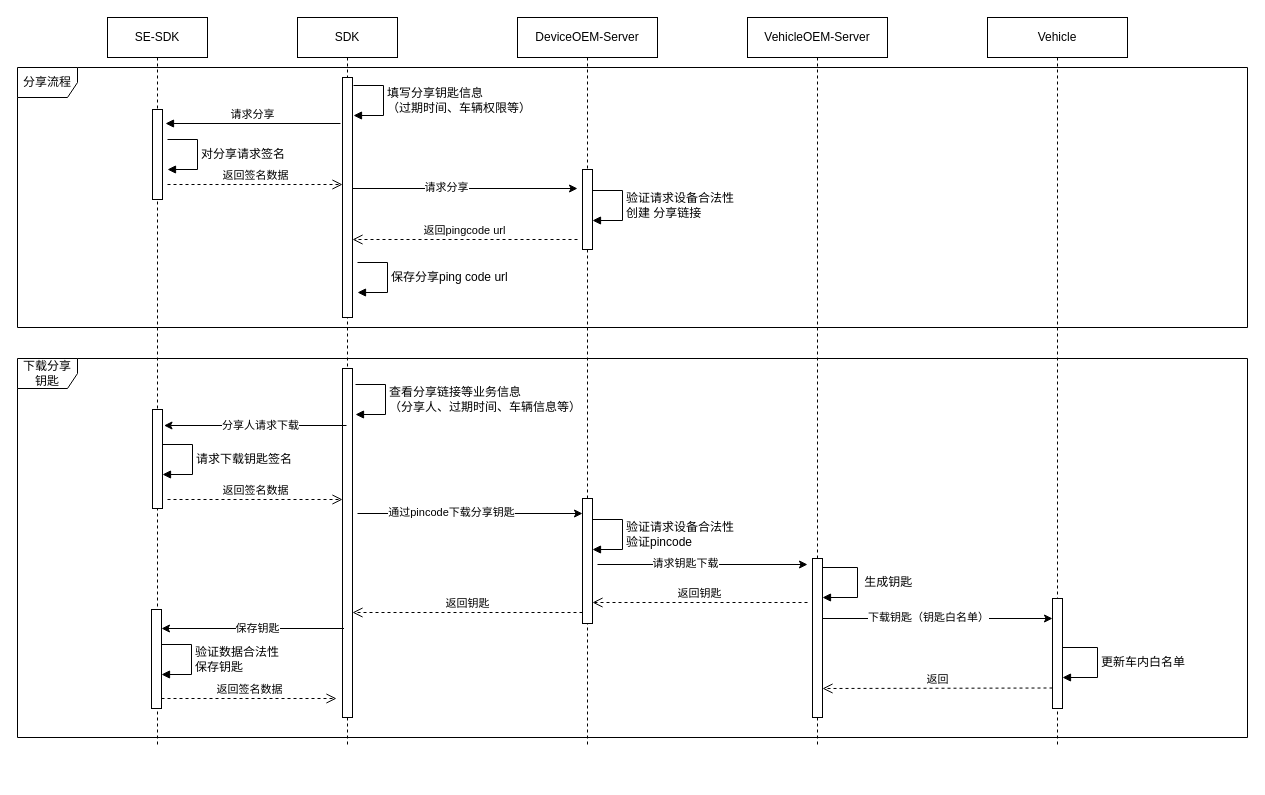
Earlier version of the draw.io diagram kda/6、分享钥匙.drawio (jianguocong/chart). Source tidied: cells renumbered, new cells numbered last; positions are measured from the earlier drawing's top-left corner, leaving out a move shared by most shapes. Both pictures are drawn from the tidied source at 100%, with x=0, y=0 at pixel (17, 17).
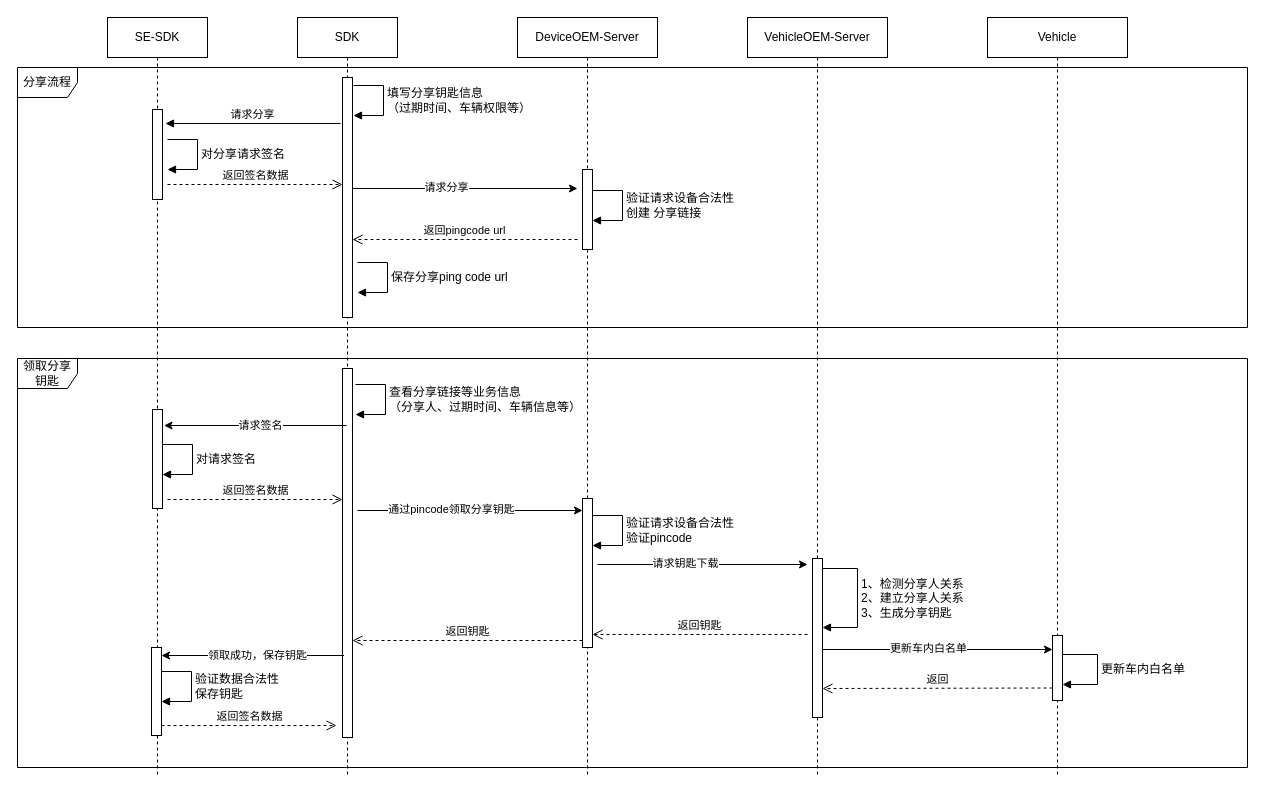
Above is the later version.

The change refers to these unchanged cells:
```xml
<mxCell id="19" style="html=1;points=[];perimeter=orthogonalPerimeter;outlineConnect=0;targetShapes=umlLifeline;portConstraint=eastwest;newEdgeStyle={&quot;edgeStyle&quot;:&quot;elbowEdgeStyle&quot;,&quot;elbow&quot;:&quot;vertical&quot;,&quot;curved&quot;:0,&quot;rounded&quot;:0};" parent="18" vertex="1">
  <mxGeometry x="65" y="541" width="10" height="159" as="geometry" />
</mxCell>
<mxCell id="34" style="endArrow=classic;html=1;rounded=0;" parent="1" edge="1">
  <mxGeometry relative="1" as="geometry">
    <mxPoint x="329" y="408" as="sourcePoint" />
    <mxPoint x="146.5" y="408" as="targetPoint" />
  </mxGeometry>
</mxCell>
```

Diff of the diagram source:
```diff
@@
     <mxCell id="2" value="SE-SDK" style="shape=umlLifeline;perimeter=lifelinePerimeter;whiteSpace=wrap;html=1;newEdgeStyle={&quot;edgeStyle&quot;:&quot;elbowEdgeStyle&quot;,&quot;elbow&quot;:&quot;vertical&quot;,&quot;curved&quot;:0,&quot;rounded&quot;:0};" parent="1" vertex="1">
-      <mxGeometry x="90" width="100" height="730" as="geometry" />
+      <mxGeometry x="90" width="100" height="760" as="geometry" />
     </mxCell>
@@
     <mxCell id="5" value="SDK" style="shape=umlLifeline;perimeter=lifelinePerimeter;whiteSpace=wrap;html=1;newEdgeStyle={&quot;edgeStyle&quot;:&quot;elbowEdgeStyle&quot;,&quot;elbow&quot;:&quot;vertical&quot;,&quot;curved&quot;:0,&quot;rounded&quot;:0};" parent="1" vertex="1">
-      <mxGeometry x="280" width="100" height="730" as="geometry" />
+      <mxGeometry x="280" width="100" height="760" as="geometry" />
     </mxCell>
@@
     <mxCell id="7" style="html=1;points=[];perimeter=orthogonalPerimeter;outlineConnect=0;targetShapes=umlLifeline;portConstraint=eastwest;newEdgeStyle={&quot;edgeStyle&quot;:&quot;elbowEdgeStyle&quot;,&quot;elbow&quot;:&quot;vertical&quot;,&quot;curved&quot;:0,&quot;rounded&quot;:0};" parent="5" vertex="1">
-      <mxGeometry x="45" y="351" width="10" height="349" as="geometry" />
+      <mxGeometry x="45" y="351" width="10" height="369" as="geometry" />
     </mxCell>
@@
     <mxCell id="11" value="DeviceOEM-Server" style="shape=umlLifeline;perimeter=lifelinePerimeter;whiteSpace=wrap;html=1;newEdgeStyle={&quot;edgeStyle&quot;:&quot;elbowEdgeStyle&quot;,&quot;elbow&quot;:&quot;vertical&quot;,&quot;curved&quot;:0,&quot;rounded&quot;:0};" parent="1" vertex="1">
-      <mxGeometry x="500" width="140" height="730" as="geometry" />
+      <mxGeometry x="500" width="140" height="760" as="geometry" />
     </mxCell>
@@
     <mxCell id="13" style="html=1;points=[];perimeter=orthogonalPerimeter;outlineConnect=0;targetShapes=umlLifeline;portConstraint=eastwest;newEdgeStyle={&quot;edgeStyle&quot;:&quot;elbowEdgeStyle&quot;,&quot;elbow&quot;:&quot;vertical&quot;,&quot;curved&quot;:0,&quot;rounded&quot;:0};" parent="11" vertex="1">
-      <mxGeometry x="65" y="481" width="10" height="125" as="geometry" />
+      <mxGeometry x="65" y="481" width="10" height="149" as="geometry" />
     </mxCell>
@@
-    <mxCell id="16" value="返回钥匙" style="html=1;verticalAlign=bottom;endArrow=open;dashed=1;endSize=8;edgeStyle=elbowEdgeStyle;elbow=vertical;curved=0;rounded=0;" parent="11" edge="1" target="13">
+    <mxCell id="16" value="返回钥匙" style="html=1;verticalAlign=bottom;endArrow=open;dashed=1;endSize=8;edgeStyle=elbowEdgeStyle;elbow=vertical;curved=0;rounded=0;" parent="11" edge="1">
       <mxGeometry relative="1" as="geometry">
-        <mxPoint x="290" y="585" as="sourcePoint" />
+        <mxPoint x="290" y="617" as="sourcePoint" />
+        <mxPoint x="75" y="617" as="targetPoint" />
       </mxGeometry>
     </mxCell>
     <mxCell id="17" value="验证请求设备合法性&lt;div&gt;验证pincode&lt;/div&gt;" style="html=1;align=left;spacingLeft=2;endArrow=block;rounded=0;edgeStyle=orthogonalEdgeStyle;curved=0;rounded=0;fontFamily=Helvetica;fontSize=12;fontColor=default;" parent="11" edge="1">
       <mxGeometry relative="1" as="geometry">
-        <mxPoint x="75" y="502" as="sourcePoint" />
-        <mxPoint x="75" y="532" as="targetPoint" />
+        <mxPoint x="75" y="498" as="sourcePoint" />
+        <mxPoint x="75" y="528" as="targetPoint" />
         <Array as="points">
-          <mxPoint x="105" y="502" />
-          <mxPoint x="105" y="532" />
+          <mxPoint x="105" y="498" />
+          <mxPoint x="105" y="528" />
         </Array>
       </mxGeometry>
     </mxCell>
     <mxCell id="18" value="VehicleOEM-Server" style="shape=umlLifeline;perimeter=lifelinePerimeter;whiteSpace=wrap;html=1;newEdgeStyle={&quot;edgeStyle&quot;:&quot;elbowEdgeStyle&quot;,&quot;elbow&quot;:&quot;vertical&quot;,&quot;curved&quot;:0,&quot;rounded&quot;:0};" parent="1" vertex="1">
-      <mxGeometry x="730" width="140" height="730" as="geometry" />
+      <mxGeometry x="730" width="140" height="760" as="geometry" />
     </mxCell>
@@
-    <mxCell id="20" value="&amp;nbsp;生成钥匙" style="html=1;align=left;spacingLeft=2;endArrow=block;rounded=0;edgeStyle=orthogonalEdgeStyle;curved=0;rounded=0;fontFamily=Helvetica;fontSize=12;fontColor=default;" parent="18" edge="1">
+    <mxCell id="20" value="1、检测分享人关系&lt;br&gt;2、建立分享人关系&lt;br&gt;3、生成分享钥匙" style="html=1;align=left;spacingLeft=2;endArrow=block;rounded=0;edgeStyle=orthogonalEdgeStyle;curved=0;rounded=0;fontFamily=Helvetica;fontSize=12;fontColor=default;" parent="18" edge="1" target="19">
       <mxGeometry relative="1" as="geometry">
-        <mxPoint x="75" y="550" as="sourcePoint" />
-        <mxPoint x="75" y="580" as="targetPoint" />
+        <mxPoint x="75" y="551" as="sourcePoint" />
         <Array as="points">
-          <mxPoint x="110" y="550" />
-          <mxPoint x="110" y="580" />
+          <mxPoint x="110" y="551" />
+          <mxPoint x="110" y="610" />
         </Array>
       </mxGeometry>
     </mxCell>
     <mxCell id="21" value="Vehicle" style="shape=umlLifeline;perimeter=lifelinePerimeter;whiteSpace=wrap;html=1;newEdgeStyle={&quot;edgeStyle&quot;:&quot;elbowEdgeStyle&quot;,&quot;elbow&quot;:&quot;vertical&quot;,&quot;curved&quot;:0,&quot;rounded&quot;:0};" parent="1" vertex="1">
-      <mxGeometry x="970" width="140" height="730" as="geometry" />
+      <mxGeometry x="970" width="140" height="760" as="geometry" />
     </mxCell>
     <mxCell id="22" style="html=1;points=[];perimeter=orthogonalPerimeter;outlineConnect=0;targetShapes=umlLifeline;portConstraint=eastwest;newEdgeStyle={&quot;edgeStyle&quot;:&quot;elbowEdgeStyle&quot;,&quot;elbow&quot;:&quot;vertical&quot;,&quot;curved&quot;:0,&quot;rounded&quot;:0};" parent="21" vertex="1">
-      <mxGeometry x="65" y="581" width="10" height="110" as="geometry" />
+      <mxGeometry x="65" y="618" width="10" height="65" as="geometry" />
     </mxCell>
     <mxCell id="23" value="更新车内白名单" style="html=1;align=left;spacingLeft=2;endArrow=block;rounded=0;edgeStyle=orthogonalEdgeStyle;curved=0;rounded=0;fontFamily=Helvetica;fontSize=12;fontColor=default;" parent="21" edge="1">
       <mxGeometry relative="1" as="geometry">
-        <mxPoint x="75" y="630" as="sourcePoint" />
-        <mxPoint x="75" y="660" as="targetPoint" />
+        <mxPoint x="75" y="637" as="sourcePoint" />
+        <mxPoint x="75" y="667" as="targetPoint" />
         <Array as="points">
-          <mxPoint x="110" y="630" />
-          <mxPoint x="110" y="660" />
+          <mxPoint x="110" y="637" />
+          <mxPoint x="110" y="667" />
         </Array>
       </mxGeometry>
     </mxCell>
-    <mxCell id="24" style="endArrow=classic;html=1;rounded=0;" parent="21" edge="1" target="22">
+    <mxCell id="24" style="endArrow=classic;html=1;rounded=0;" parent="21" edge="1">
       <mxGeometry relative="1" as="geometry">
-        <mxPoint x="-165" y="601" as="sourcePoint" />
+        <mxPoint x="-165" y="632" as="sourcePoint" />
+        <mxPoint x="65" y="632" as="targetPoint" />
       </mxGeometry>
     </mxCell>
-    <mxCell id="25" value="下载钥匙（钥匙白名单）" style="edgeLabel;html=1;align=center;verticalAlign=middle;" parent="24" vertex="1">
+    <mxCell id="25" value="更新车内白名单" style="edgeLabel;html=1;align=center;verticalAlign=middle;" parent="24" vertex="1">
       <mxGeometry x="-0.17" y="2" relative="1" as="geometry">
         <mxPoint x="10" as="offset" />
       </mxGeometry>
     </mxCell>
@@
-    <mxCell id="35" value="分享人请求下载" style="edgeLabel;html=1;align=center;verticalAlign=middle;" parent="34" vertex="1">
+    <mxCell id="35" value="请求签名" style="edgeLabel;html=1;align=center;verticalAlign=middle;" parent="34" vertex="1">
       <mxGeometry x="-0.17" y="2" relative="1" as="geometry">
         <mxPoint x="-11" y="-3" as="offset" />
       </mxGeometry>
     </mxCell>
-    <mxCell id="36" value="请求下载钥匙签名" style="html=1;align=left;spacingLeft=2;endArrow=block;rounded=0;edgeStyle=orthogonalEdgeStyle;curved=0;rounded=0;fontFamily=Helvetica;fontSize=12;fontColor=default;" parent="1" edge="1">
+    <mxCell id="36" value="对请求签名" style="html=1;align=left;spacingLeft=2;endArrow=block;rounded=0;edgeStyle=orthogonalEdgeStyle;curved=0;rounded=0;fontFamily=Helvetica;fontSize=12;fontColor=default;" parent="1" edge="1">
       <mxGeometry relative="1" as="geometry">
         <mxPoint x="145" y="427" as="sourcePoint" />
         <mxPoint x="145" y="457" as="targetPoint" />
         <Array as="points">
           <mxPoint x="175" y="427" />
           <mxPoint x="175" y="457" />
         </Array>
       </mxGeometry>
     </mxCell>
@@
     <mxCell id="38" style="endArrow=classic;html=1;rounded=0;" parent="1" edge="1">
       <mxGeometry relative="1" as="geometry">
-        <mxPoint x="340" y="496" as="sourcePoint" />
-        <mxPoint x="565" y="496" as="targetPoint" />
+        <mxPoint x="340" y="493" as="sourcePoint" />
+        <mxPoint x="565" y="493" as="targetPoint" />
       </mxGeometry>
     </mxCell>
-    <mxCell id="39" value="通过pincode下载分享钥匙" style="edgeLabel;html=1;align=center;verticalAlign=middle;" parent="38" vertex="1">
+    <mxCell id="39" value="通过pincode领取分享钥匙" style="edgeLabel;html=1;align=center;verticalAlign=middle;" parent="38" vertex="1">
       <mxGeometry x="-0.17" y="2" relative="1" as="geometry" />
     </mxCell>
-    <mxCell id="40" value="下载分享钥匙" style="shape=umlFrame;whiteSpace=wrap;html=1;sketch=0;strokeColor=default;align=center;verticalAlign=middle;fontFamily=Helvetica;fontSize=12;fontColor=default;fillColor=default;" parent="1" vertex="1">
-      <mxGeometry y="341" width="1230" height="379" as="geometry" />
+    <mxCell id="40" value="领取分享钥匙" style="shape=umlFrame;whiteSpace=wrap;html=1;sketch=0;strokeColor=default;align=center;verticalAlign=middle;fontFamily=Helvetica;fontSize=12;fontColor=default;fillColor=default;" parent="1" vertex="1">
+      <mxGeometry y="341" width="1230" height="409" as="geometry" />
     </mxCell>
-    <mxCell id="41" value="返回钥匙" style="html=1;verticalAlign=bottom;endArrow=open;dashed=1;endSize=8;edgeStyle=elbowEdgeStyle;elbow=vertical;curved=0;rounded=0;" parent="1" edge="1" target="7">
+    <mxCell id="41" value="返回钥匙" style="html=1;verticalAlign=bottom;endArrow=open;dashed=1;endSize=8;edgeStyle=elbowEdgeStyle;elbow=vertical;curved=0;rounded=0;" parent="1" edge="1">
       <mxGeometry relative="1" as="geometry">
-        <mxPoint x="565" y="595" as="sourcePoint" />
+        <mxPoint x="565" y="623" as="sourcePoint" />
+        <mxPoint x="335" y="622.7" as="targetPoint" />
       </mxGeometry>
     </mxCell>
     <mxCell id="42" style="endArrow=classic;html=1;rounded=0;" parent="1" edge="1">
       <mxGeometry relative="1" as="geometry">
-        <mxPoint x="326.5" y="611" as="sourcePoint" />
-        <mxPoint x="144" y="611" as="targetPoint" />
+        <mxPoint x="326.5" y="638" as="sourcePoint" />
+        <mxPoint x="144" y="638" as="targetPoint" />
       </mxGeometry>
     </mxCell>
-    <mxCell id="43" value="保存钥匙" style="edgeLabel;html=1;align=center;verticalAlign=middle;" parent="42" vertex="1">
+    <mxCell id="43" value="领取成功，保存钥匙" style="edgeLabel;html=1;align=center;verticalAlign=middle;" parent="42" vertex="1">
       <mxGeometry x="-0.17" y="2" relative="1" as="geometry">
         <mxPoint x="-11" y="-3" as="offset" />
       </mxGeometry>
     </mxCell>
     <mxCell id="44" style="html=1;perimeter=orthogonalPerimeter;targetShapes=umlLifeline;newEdgeStyle={&quot;edgeStyle&quot;:&quot;elbowEdgeStyle&quot;,&quot;elbow&quot;:&quot;vertical&quot;,&quot;curved&quot;:0,&quot;rounded&quot;:0};" parent="1" vertex="1">
-      <mxGeometry x="134" y="592" width="10" height="99" as="geometry" />
+      <mxGeometry x="134" y="630" width="10" height="88" as="geometry" />
     </mxCell>
     <mxCell id="45" value="验证数据合法性&lt;div&gt;保存钥匙&lt;/div&gt;" style="html=1;align=left;spacingLeft=2;endArrow=block;rounded=0;edgeStyle=orthogonalEdgeStyle;curved=0;rounded=0;fontFamily=Helvetica;fontSize=12;fontColor=default;" parent="1" edge="1">
       <mxGeometry relative="1" as="geometry">
-        <mxPoint x="144" y="627" as="sourcePoint" />
-        <mxPoint x="144" y="657" as="targetPoint" />
+        <mxPoint x="144" y="654" as="sourcePoint" />
+        <mxPoint x="144" y="684" as="targetPoint" />
         <Array as="points">
-          <mxPoint x="174" y="627" />
-          <mxPoint x="174" y="657" />
+          <mxPoint x="174" y="654" />
+          <mxPoint x="174" y="684" />
         </Array>
       </mxGeometry>
     </mxCell>
     <mxCell id="46" value="返回签名数据" style="html=1;verticalAlign=bottom;endArrow=open;dashed=1;endSize=8;edgeStyle=elbowEdgeStyle;elbow=vertical;curved=0;rounded=0;" parent="1" edge="1">
       <mxGeometry relative="1" as="geometry">
-        <mxPoint x="144" y="681" as="sourcePoint" />
-        <mxPoint x="319" y="681" as="targetPoint" />
+        <mxPoint x="144" y="708" as="sourcePoint" />
+        <mxPoint x="319" y="708" as="targetPoint" />
         <Array as="points">
-          <mxPoint x="234" y="681" />
+          <mxPoint x="234" y="708" />
         </Array>
       </mxGeometry>
     </mxCell>
```
